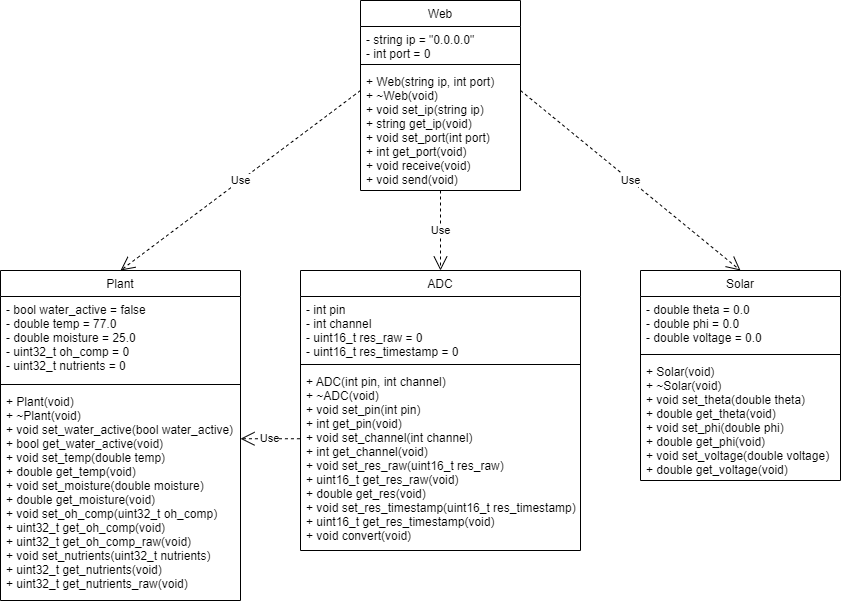
Above: images/classes_uml.png in SeniorDesign-Group9/initial-document (draw.io), before the change. Source tidied: cells renumbered, new cells last; positions are measured from the earlier drawing's top-left corner, leaving out a move shared by most shapes.
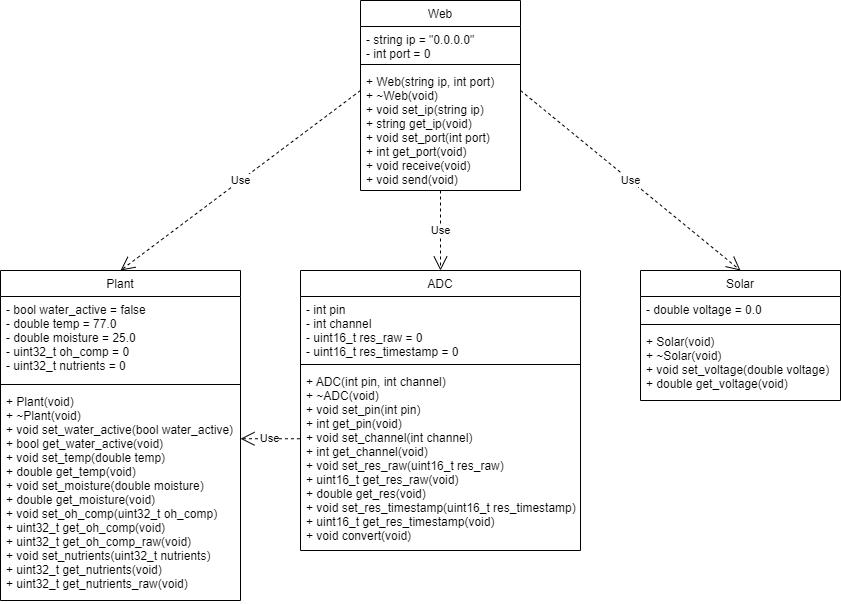
The same file after the commit.

What changed in the source:
```diff
@@ -15,16 +15,16 @@
       <mxGeometry y="118" width="240" height="212" as="geometry" />
     </mxCell>
     <mxCell id="6" value="Solar" style="swimlane;fontStyle=0;align=center;verticalAlign=top;horizontal=1;startSize=26;rounded=0;shadow=0;strokeWidth=1;" parent="1" vertex="1">
-      <mxGeometry x="640" y="270" width="200" height="210" as="geometry" />
+      <mxGeometry x="640" y="270" width="200" height="130" as="geometry" />
     </mxCell>
-    <mxCell id="7" value="- double theta = 0.0&#10;- double phi = 0.0&#10;- double voltage = 0.0" style="text;align=left;verticalAlign=top;spacingLeft=4;spacingRight=4;overflow=hidden;" parent="6" vertex="1">
-      <mxGeometry y="26" width="200" height="54" as="geometry" />
+    <mxCell id="7" value="- double voltage = 0.0" style="text;align=left;verticalAlign=top;spacingLeft=4;spacingRight=4;overflow=hidden;" parent="6" vertex="1">
+      <mxGeometry y="26" width="200" height="24" as="geometry" />
     </mxCell>
     <mxCell id="8" style="line;html=1;strokeWidth=1;align=left;verticalAlign=middle;spacingTop=-1;spacingLeft=3;spacingRight=3;labelPosition=right;" parent="6" vertex="1">
-      <mxGeometry y="80" width="200" height="8" as="geometry" />
+      <mxGeometry y="50" width="200" height="8" as="geometry" />
     </mxCell>
-    <mxCell id="9" value="+ Solar(void)&#10;+ ~Solar(void)&#10;+ void set_theta(double theta)&#10;+ double get_theta(void)&#10;+ void set_phi(double phi)&#10;+ double get_phi(void)&#10;+ void set_voltage(double voltage)&#10;+ double get_voltage(void)" style="text;align=left;verticalAlign=top;spacingLeft=4;spacingRight=4;overflow=hidden;" parent="6" vertex="1">
-      <mxGeometry y="88" width="200" height="122" as="geometry" />
+    <mxCell id="9" value="+ Solar(void)&#10;+ ~Solar(void)&#10;+ void set_voltage(double voltage)&#10;+ double get_voltage(void)" style="text;align=left;verticalAlign=top;spacingLeft=4;spacingRight=4;overflow=hidden;" parent="6" vertex="1">
+      <mxGeometry y="58" width="200" height="72" as="geometry" />
     </mxCell>
     <mxCell id="10" value="Web" style="swimlane;fontStyle=0;align=center;verticalAlign=top;horizontal=1;startSize=26;rounded=0;shadow=0;strokeWidth=1;" parent="1" vertex="1">
       <mxGeometry x="360" width="160" height="190" as="geometry" />
```
